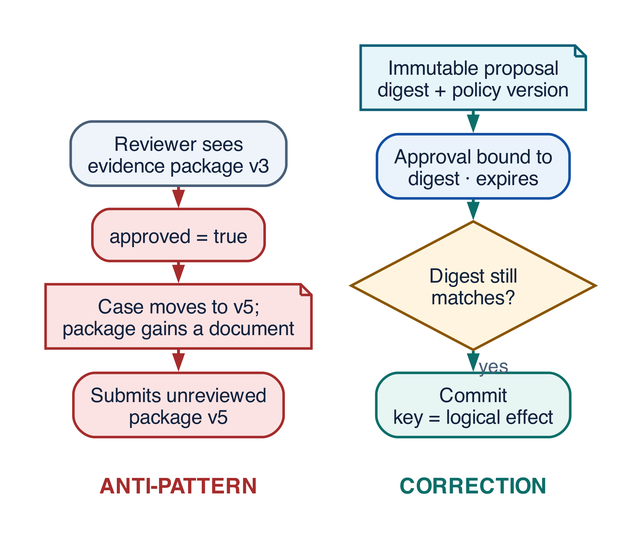
Before: assets/diagrams/anti-approval-binding.png, a diagram exported from Graphviz (rrahimi-uci/building-enterprise-general-intelligence). Its source is kept beside it as assets/diagrams/src/anti-approval-binding.gv.
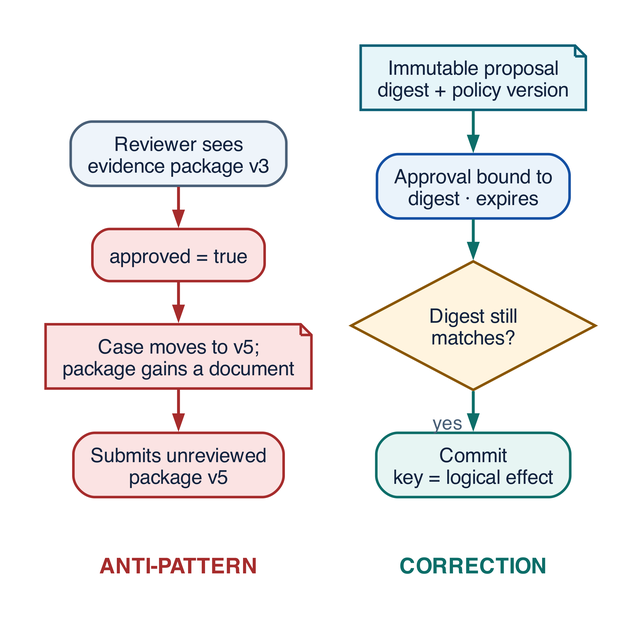
After the change.

The edit, as a diff of the source:
```diff
@@ -1,6 +1,6 @@
 digraph anti_approval_binding {
   rankdir = LR
-  graph [ranksep=0.30, nodesep=0.18]
+  graph [ranksep=0.30, nodesep=0.34]
   node [shape=box, style="filled,rounded", penwidth=1.4, fontsize=11,
         margin="0.13,0.08", height=0.40]
   edge [arrowsize=0.7, penwidth=1.6]
@@ -24,7 +24,7 @@
   b3 -> b4 [color="#A62C2C", constraint=false]
   g1 -> g2 [color="#0D6E69", constraint=false]
   g2 -> g3 [color="#0D6E69", constraint=false]
-  g3 -> g4 [color="#0D6E69", constraint=false, xlabel=" yes"]
+  g3 -> g4 [color="#0D6E69", constraint=false, xlabel="  yes  "]
 
   { rank=same; b1; b2; b3; b4; bad }
   { rank=same; g1; g2; g3; g4; good }
```
